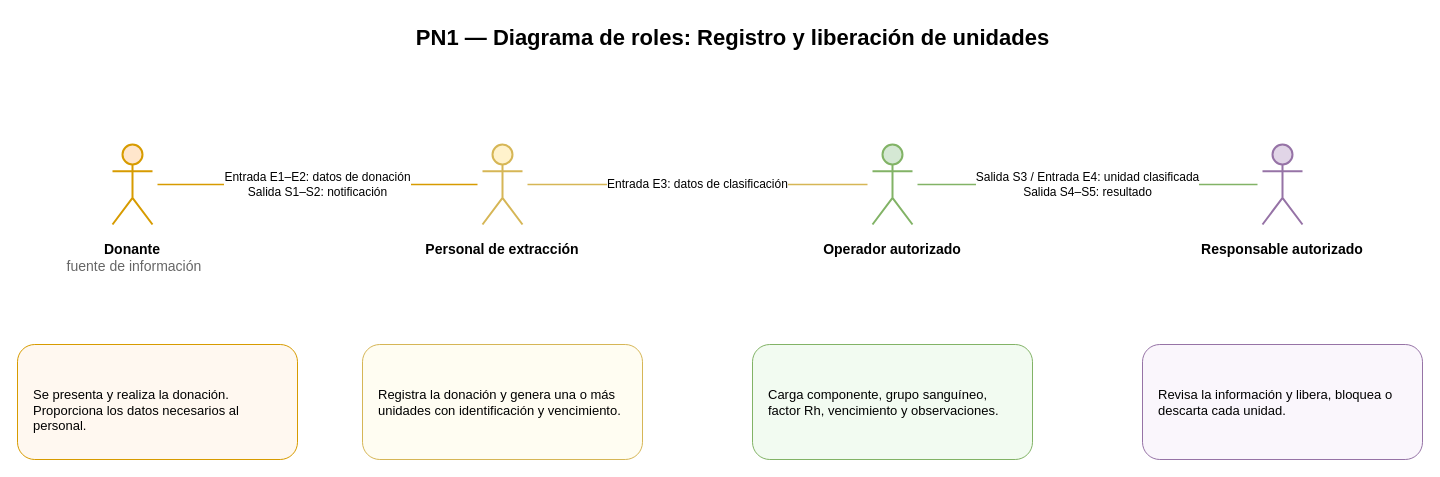
The draw.io diagram Diagramas/Secuencia de Roles/PN1_DiagramaRoles.drawio in juanNH/Ingenieria-de-Software, before the edit. Source tidied: cells renumbered, new cells numbered last; positions are measured from the earlier drawing's top-left corner, leaving out a move shared by most shapes. Both pictures are drawn from the tidied source at 100%, with x=0, y=0 at pixel (17, 17).
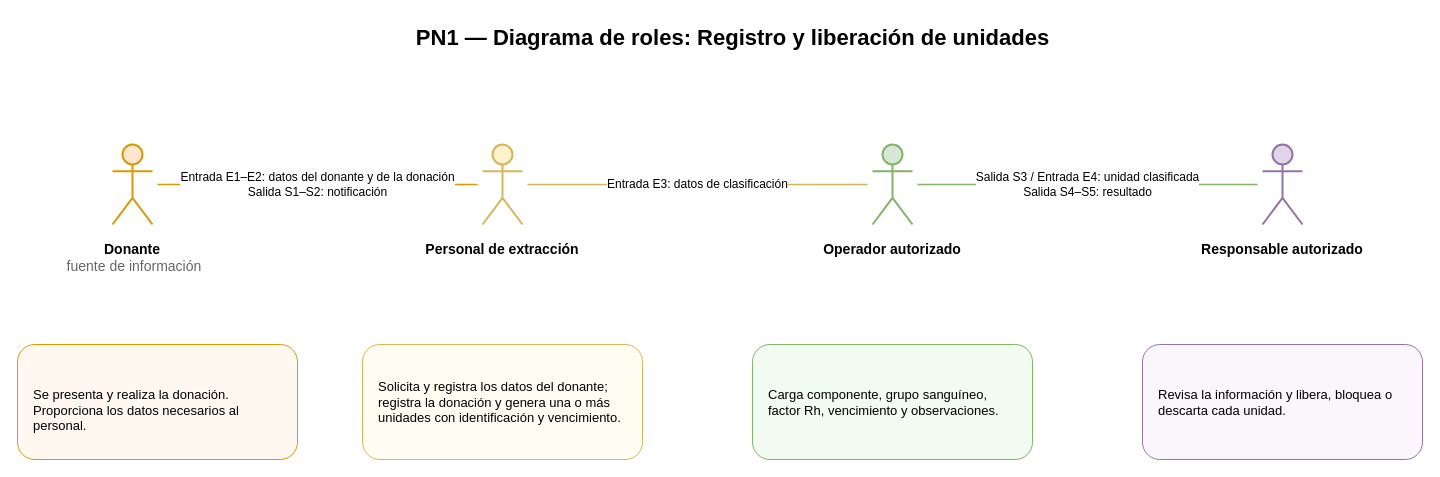
Above is the later version.

What changed in the source:
```diff
@@
-    <mxCell id="11" value="Entrada E1–E2: datos de donación&lt;br&gt;Salida S1–S2: notificación" style="edgeStyle=orthogonalEdgeStyle;rounded=0;html=1;endArrow=none;strokeColor=#d79b00;strokeWidth=1.5;fontSize=12;fontFamily=Arial;labelBackgroundColor=#ffffff;" parent="1" edge="1">
+    <mxCell id="11" value="Entrada E1–E2: datos del donante y de la donación&lt;br&gt;Salida S1–S2: notificación" style="edgeStyle=orthogonalEdgeStyle;rounded=0;html=1;endArrow=none;strokeColor=#d79b00;strokeWidth=1.5;fontSize=12;fontFamily=Arial;labelBackgroundColor=#ffffff;" parent="1" edge="1">
       <mxGeometry relative="1" as="geometry">
         <mxPoint x="140" y="167" as="sourcePoint" />
         <mxPoint x="460" y="167" as="targetPoint" />
       </mxGeometry>
     </mxCell>
@@
-    <mxCell id="15" value="Registra la donación y genera una o más unidades con identificación y vencimiento." style="rounded=1;whiteSpace=wrap;html=1;fillColor=#fffdf2;strokeColor=#d6b656;fontSize=13;fontFamily=Arial;align=left;verticalAlign=middle;spacingLeft=14;spacingRight=14;" parent="1" vertex="1">
+    <mxCell id="15" value="Solicita y registra los datos del donante; registra la donación y genera una o más unidades con identificación y vencimiento." style="rounded=1;whiteSpace=wrap;html=1;fillColor=#fffdf2;strokeColor=#d6b656;fontSize=13;fontFamily=Arial;align=left;verticalAlign=middle;spacingLeft=14;spacingRight=14;" parent="1" vertex="1">
       <mxGeometry x="345" y="327" width="280" height="115" as="geometry" />
     </mxCell>
```
